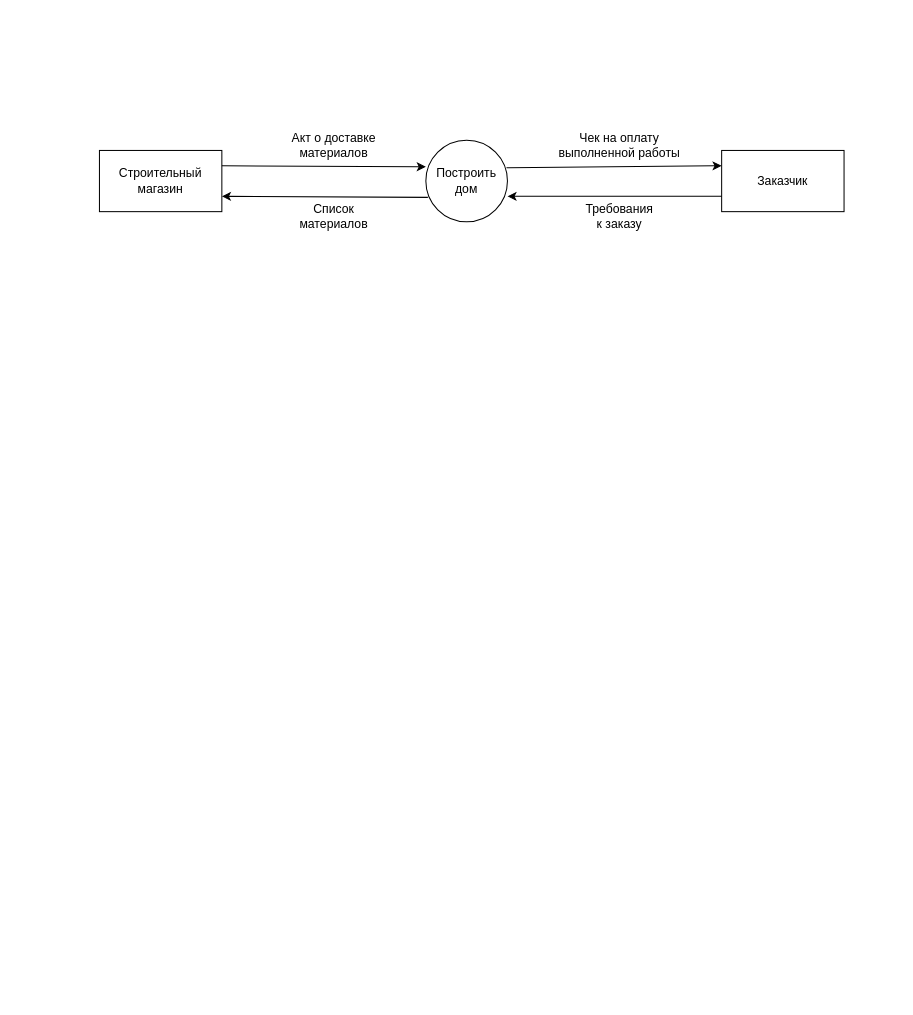
This is 22practice.drawio from Merfarion/Diagrams-and-schemes, a draw.io file, before an edit. Source tidied: cells renumbered, new cells numbered last; positions are measured from the earlier drawing's top-left corner, leaving out a move shared by most shapes. Both pictures are drawn from the tidied source at 102%, with x=0, y=0 at pixel (99, 130).
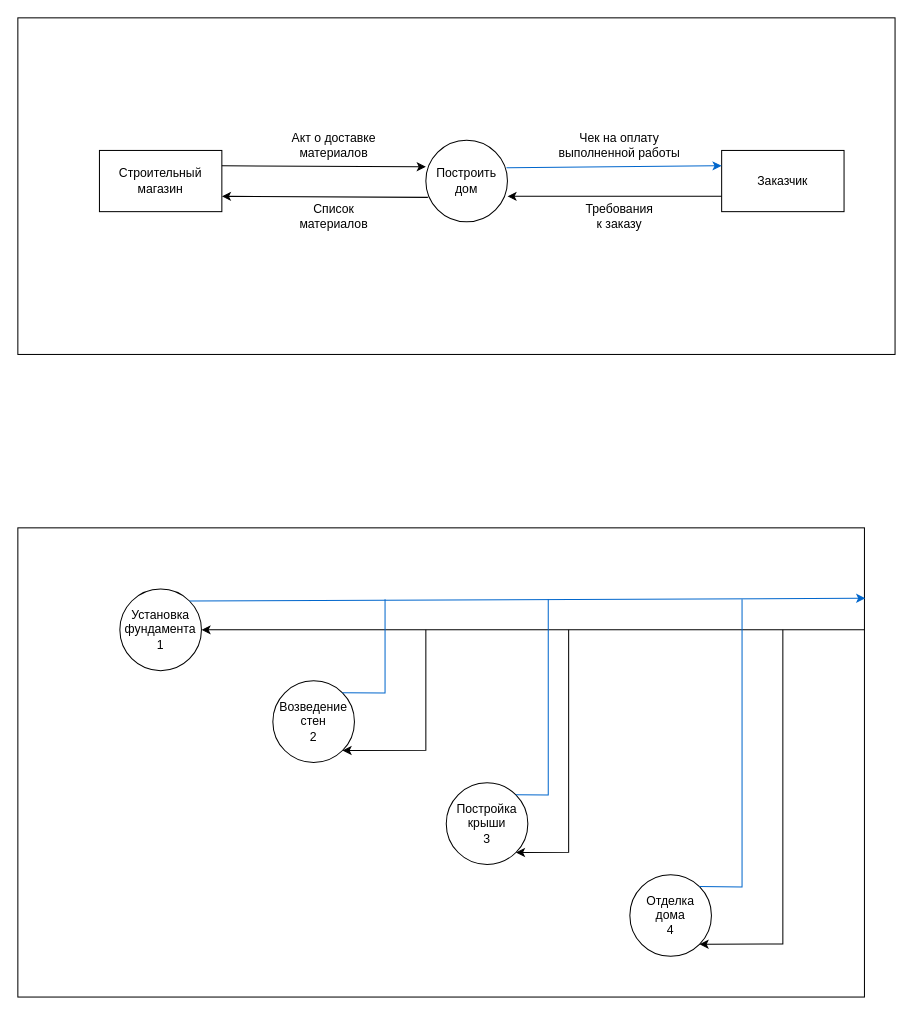
The same diagram, later.

The change refers to these unchanged cells:
```xml
<mxCell id="2" value="Построить дом" style="ellipse;whiteSpace=wrap;html=1;" parent="1" vertex="1">
  <mxGeometry x="320" y="10" width="80" height="80" as="geometry" />
</mxCell>
<mxCell id="3" value="Заказчик" style="rounded=0;whiteSpace=wrap;html=1;" parent="1" vertex="1">
  <mxGeometry x="610" y="20" width="120" height="60" as="geometry" />
</mxCell>
```

Diff of the diagram source:
```diff
@@
+    <mxCell id="13" style="rounded=0;whiteSpace=wrap;html=1;" parent="1" vertex="1">
+      <mxGeometry x="-80" y="-110" width="860" height="330" as="geometry" />
+    </mxCell>
@@
-    <mxCell id="7" style="endArrow=classic;html=1;rounded=0;exitX=0.988;exitY=0.338;exitDx=0;exitDy=0;exitPerimeter=0;entryX=0;entryY=0.25;entryDx=0;entryDy=0;" parent="1" edge="1" source="2" target="3">
+    <mxCell id="7" style="endArrow=classic;html=1;rounded=0;exitX=0.988;exitY=0.338;exitDx=0;exitDy=0;exitPerimeter=0;entryX=0;entryY=0.25;entryDx=0;entryDy=0;strokeColor=#0066CC;" parent="1" edge="1" source="2" target="3">
       <mxGeometry relative="1" as="geometry" />
     </mxCell>
@@
+    <mxCell id="14" style="rounded=0;whiteSpace=wrap;html=1;" parent="1" vertex="1">
+      <mxGeometry x="-80" y="390" width="830" height="460" as="geometry" />
+    </mxCell>
+    <mxCell id="15" value="Установка фундамента&lt;br&gt;1" style="ellipse;whiteSpace=wrap;html=1;" parent="1" vertex="1">
+      <mxGeometry x="20" y="450" width="80" height="80" as="geometry" />
+    </mxCell>
+    <mxCell id="16" value="Возведение стен&lt;br&gt;2" style="ellipse;whiteSpace=wrap;html=1;" parent="1" vertex="1">
+      <mxGeometry x="170" y="540" width="80" height="80" as="geometry" />
+    </mxCell>
+    <mxCell id="17" value="Постройка крыши&lt;br&gt;3" style="ellipse;whiteSpace=wrap;html=1;" parent="1" vertex="1">
+      <mxGeometry x="340" y="640" width="80" height="80" as="geometry" />
+    </mxCell>
+    <mxCell id="18" value="Отделка дома&lt;br&gt;4" style="ellipse;whiteSpace=wrap;html=1;" parent="1" vertex="1">
+      <mxGeometry x="520" y="730" width="80" height="80" as="geometry" />
+    </mxCell>
+    <mxCell id="19" style="endArrow=classic;html=1;rounded=0;exitX=1;exitY=0.217;exitDx=0;exitDy=0;exitPerimeter=0;entryX=1;entryY=0.5;entryDx=0;entryDy=0;" parent="1" edge="1" source="14" target="15">
+      <mxGeometry relative="1" as="geometry" />
+    </mxCell>
+    <mxCell id="20" style="endArrow=classic;html=1;rounded=0;entryX=1;entryY=1;entryDx=0;entryDy=0;" parent="1" edge="1" target="16">
+      <mxGeometry relative="1" as="geometry">
+        <mxPoint x="320" y="490" as="sourcePoint" />
+        <Array as="points">
+          <mxPoint x="320" y="608" />
+        </Array>
+      </mxGeometry>
+    </mxCell>
+    <mxCell id="21" style="endArrow=classic;html=1;rounded=0;entryX=1;entryY=1;entryDx=0;entryDy=0;" parent="1" edge="1" target="17">
+      <mxGeometry relative="1" as="geometry">
+        <mxPoint x="460" y="490" as="sourcePoint" />
+        <Array as="points">
+          <mxPoint x="460" y="708" />
+        </Array>
+      </mxGeometry>
+    </mxCell>
+    <mxCell id="22" style="endArrow=classic;html=1;rounded=0;entryX=1;entryY=1;entryDx=0;entryDy=0;" parent="1" edge="1" target="18">
+      <mxGeometry relative="1" as="geometry">
+        <mxPoint x="670" y="490" as="sourcePoint" />
+        <Array as="points">
+          <mxPoint x="670" y="798" />
+        </Array>
+      </mxGeometry>
+    </mxCell>
+    <mxCell id="23" style="endArrow=classic;html=1;rounded=0;exitX=1;exitY=0;exitDx=0;exitDy=0;entryX=1.001;entryY=0.15;entryDx=0;entryDy=0;entryPerimeter=0;strokeColor=#0066CC;" parent="1" edge="1" source="15" target="14">
+      <mxGeometry relative="1" as="geometry" />
+    </mxCell>
+    <mxCell id="24" style="endArrow=none;html=1;rounded=0;exitX=1;exitY=0;exitDx=0;exitDy=0;strokeColor=#0066CC;" parent="1" edge="1" source="16">
+      <mxGeometry relative="1" as="geometry">
+        <mxPoint x="280" y="460" as="targetPoint" />
+        <Array as="points">
+          <mxPoint x="280" y="552" />
+        </Array>
+      </mxGeometry>
+    </mxCell>
+    <mxCell id="25" style="endArrow=none;html=1;rounded=0;strokeColor=#0066CC;exitX=1;exitY=0;exitDx=0;exitDy=0;" parent="1" edge="1" source="17">
+      <mxGeometry relative="1" as="geometry">
+        <mxPoint x="440" y="460" as="targetPoint" />
+        <Array as="points">
+          <mxPoint x="440" y="652" />
+        </Array>
+      </mxGeometry>
+    </mxCell>
+    <mxCell id="26" style="endArrow=none;html=1;rounded=0;strokeColor=#0066CC;exitX=1;exitY=0;exitDx=0;exitDy=0;" parent="1" edge="1" source="18">
+      <mxGeometry relative="1" as="geometry">
+        <mxPoint x="630" y="460" as="targetPoint" />
+        <Array as="points">
+          <mxPoint x="630" y="742" />
+        </Array>
+      </mxGeometry>
+    </mxCell>
```
